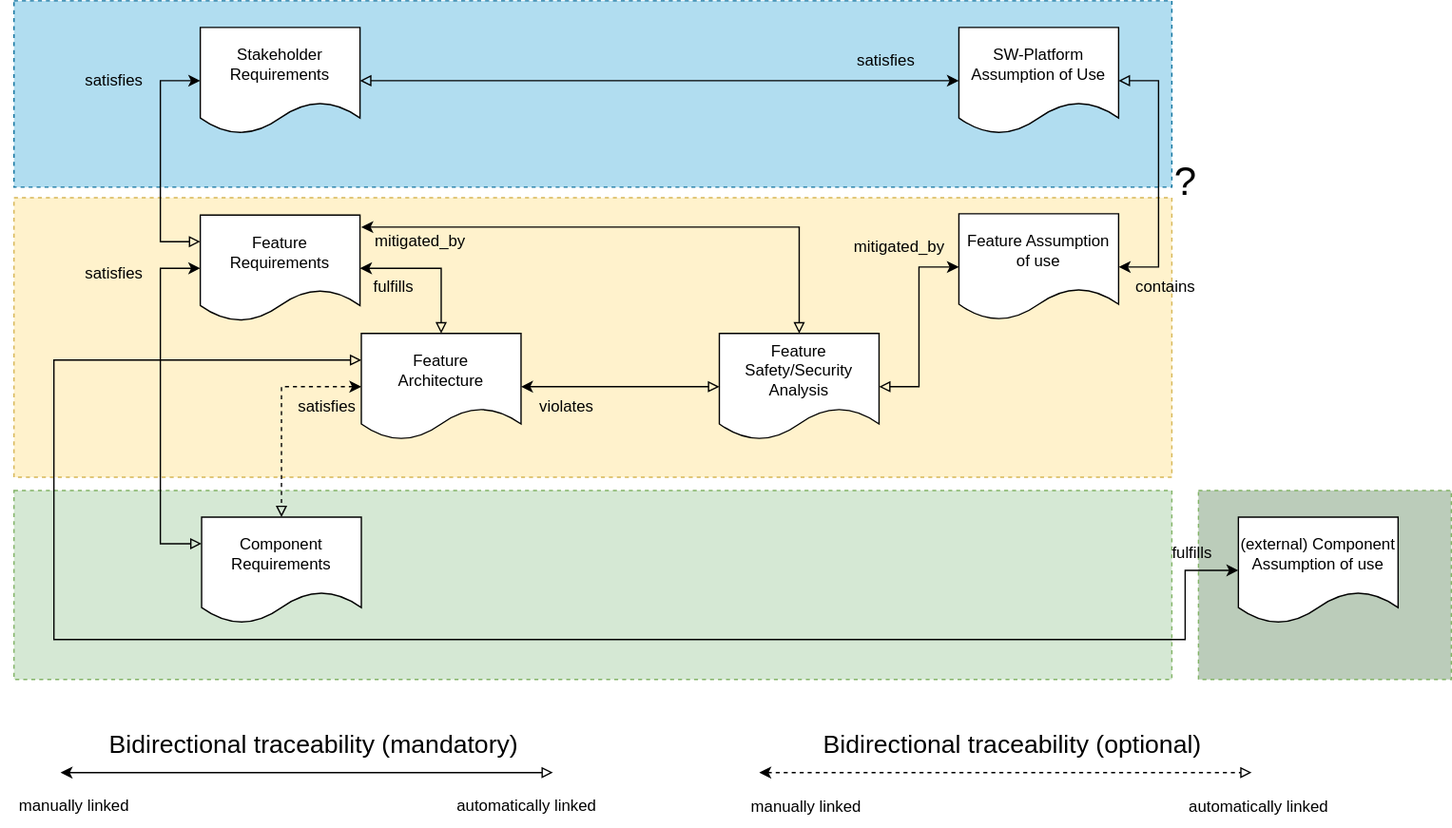
Before: main/_images/score_traceability_model_feat_overview.drawio.svg, a diagram exported from draw.io (eclipse-score/process_description). Source tidied: cells renumbered, new cells last; positions are measured from the earlier drawing's top-left corner, leaving out a move shared by most shapes.
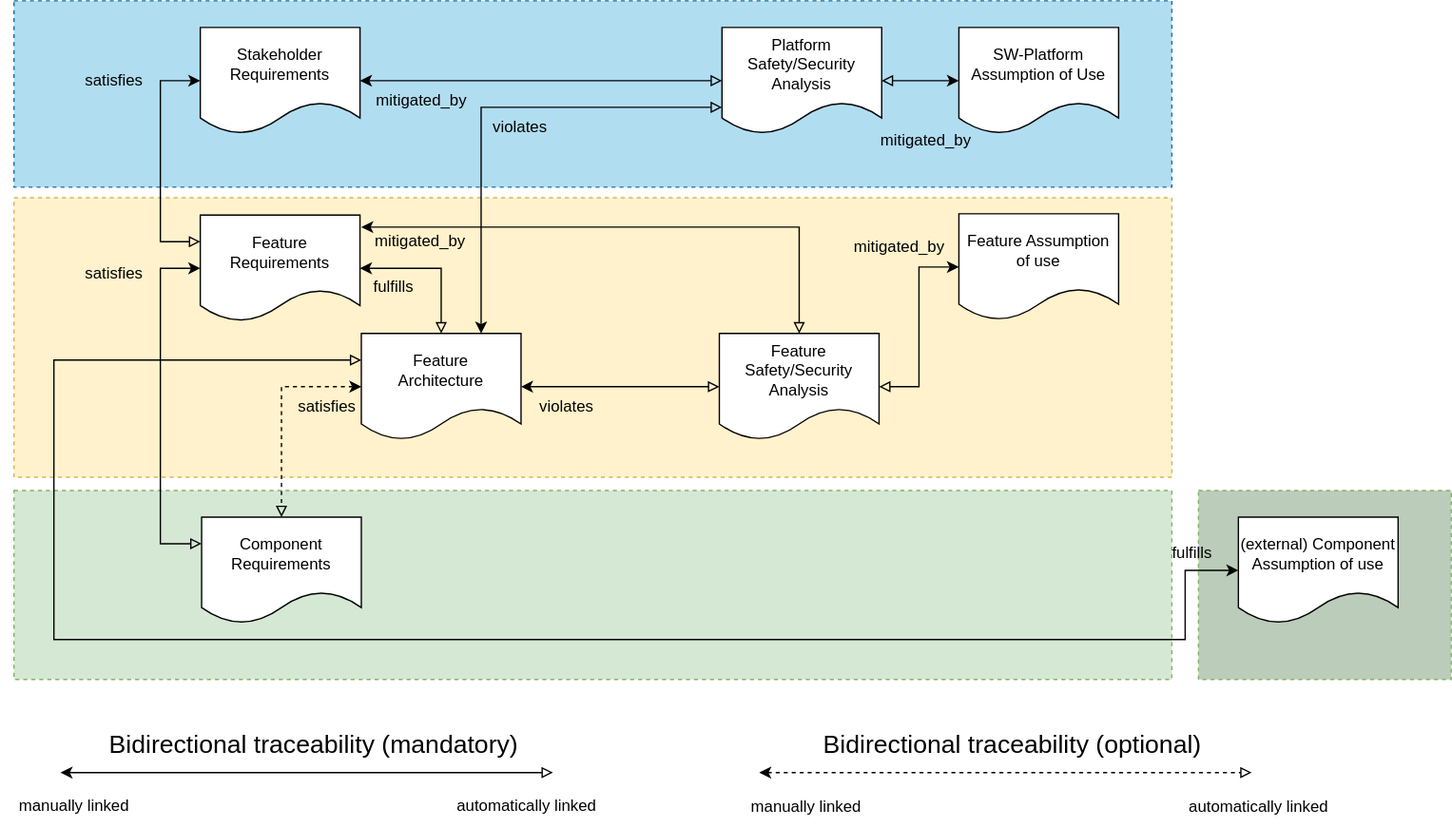
The same file after the commit.

The edit, as a diff of the source:
```diff
@@ -64,9 +64,6 @@
         </Array>
       </mxGeometry>
     </mxCell>
-    <mxCell id="17" style="edgeStyle=orthogonalEdgeStyle;rounded=0;jettySize=auto;html=1;startArrow=block;startFill=0;" parent="1" edge="1" source="18" target="40">
-      <mxGeometry relative="1" as="geometry" />
-    </mxCell>
     <mxCell id="18" value="Stakeholder&lt;br&gt;Requirements" style="shape=document;whiteSpace=wrap;html=1;boundedLbl=1;" parent="1" vertex="1">
       <mxGeometry x="150" y="20" width="120" height="80" as="geometry" />
     </mxCell>
@@ -146,25 +143,34 @@
     <mxCell id="38" value="violates" style="text;html=1;align=center;verticalAlign=middle;strokeColor=none;fillColor=none;" parent="1" vertex="1">
       <mxGeometry x="395" y="290" width="60" height="30" as="geometry" />
     </mxCell>
-    <mxCell id="39" style="edgeStyle=orthogonalEdgeStyle;rounded=0;jettySize=auto;html=1;entryX=1;entryY=0.5;entryDx=0;entryDy=0;startArrow=block;startFill=0;exitX=1;exitY=0.5;exitDx=0;exitDy=0;" parent="1" edge="1" source="40" target="19">
-      <mxGeometry relative="1" as="geometry">
-        <Array as="points">
-          <mxPoint x="870" y="60" />
-          <mxPoint x="870" y="200" />
-        </Array>
-      </mxGeometry>
-    </mxCell>
     <mxCell id="40" value="SW-Platform&lt;br&gt;Assumption of Use" style="shape=document;whiteSpace=wrap;html=1;boundedLbl=1;" parent="1" vertex="1">
       <mxGeometry x="720" y="20" width="120" height="80" as="geometry" />
     </mxCell>
-    <mxCell id="41" value="satisfies" style="text;html=1;align=center;verticalAlign=middle;strokeColor=none;fillColor=none;" parent="1" vertex="1">
-      <mxGeometry x="630" y="30" width="70" height="30" as="geometry" />
-    </mxCell>
-    <mxCell id="42" value="contains" style="text;html=1;align=center;verticalAlign=middle;strokeColor=none;fillColor=none;" parent="1" vertex="1">
-      <mxGeometry x="840" y="200" width="70" height="30" as="geometry" />
-    </mxCell>
-    <mxCell id="43" value="&lt;font style=&quot;font-size: 30px;&quot;&gt;?&lt;/font&gt;" style="text;html=1;align=center;verticalAlign=middle;strokeColor=none;fillColor=none;" parent="1" vertex="1">
-      <mxGeometry x="870" y="110" width="40" height="50" as="geometry" />
-    </mxCell>
+    <mxCell id="44" value="Platform&lt;br&gt;Safety/Security Analysis" style="shape=document;whiteSpace=wrap;html=1;boundedLbl=1;" parent="1" vertex="1">
+      <mxGeometry x="542" y="20" width="120" height="80" as="geometry" />
+    </mxCell>
+    <mxCell id="45" style="edgeStyle=orthogonalEdgeStyle;rounded=0;jettySize=auto;html=1;entryX=1;entryY=0.5;entryDx=0;entryDy=0;exitX=0;exitY=0.5;exitDx=0;exitDy=0;startArrow=block;startFill=0;endArrow=classic;endFill=1;" parent="1" edge="1" source="44" target="18">
+      <mxGeometry relative="1" as="geometry">
+        <Array as="points">
+          <mxPoint x="390" y="60" />
+          <mxPoint x="390" y="60" />
+        </Array>
+      </mxGeometry>
+    </mxCell>
+    <mxCell id="46" value="mitigated_by" style="text;html=1;align=center;verticalAlign=middle;strokeColor=none;fillColor=none;" parent="1" vertex="1">
+      <mxGeometry x="271" y="60" width="90" height="30" as="geometry" />
+    </mxCell>
+    <mxCell id="47" style="edgeStyle=orthogonalEdgeStyle;rounded=0;jettySize=auto;html=1;entryX=0;entryY=0.5;entryDx=0;entryDy=0;startArrow=block;startFill=0;endArrow=classic;endFill=1;exitX=1;exitY=0.5;exitDx=0;exitDy=0;" parent="1" edge="1" source="44" target="40">
+      <mxGeometry relative="1" as="geometry" />
+    </mxCell>
+    <mxCell id="48" value="mitigated_by" style="text;html=1;align=center;verticalAlign=middle;strokeColor=none;fillColor=none;" parent="1" vertex="1">
+      <mxGeometry x="650" y="90" width="90" height="30" as="geometry" />
+    </mxCell>
+    <mxCell id="49" style="edgeStyle=orthogonalEdgeStyle;rounded=0;jettySize=auto;html=1;startArrow=classic;startFill=1;endArrow=block;endFill=0;entryX=0;entryY=0.75;entryDx=0;entryDy=0;exitX=0.75;exitY=0;exitDx=0;exitDy=0;" parent="1" edge="1" source="10" target="44">
+      <mxGeometry relative="1" as="geometry" />
+    </mxCell>
+    <mxCell id="50" value="violates" style="text;html=1;align=center;verticalAlign=middle;strokeColor=none;fillColor=none;" parent="1" vertex="1">
+      <mxGeometry x="360" y="80" width="60" height="30" as="geometry" />
+    </mxCell>
   </root>
 </mxGraphModel>
```
